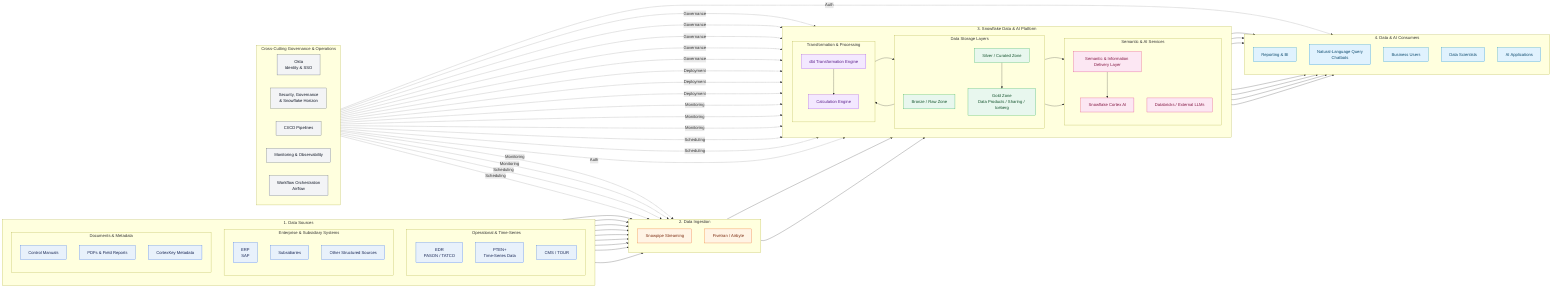
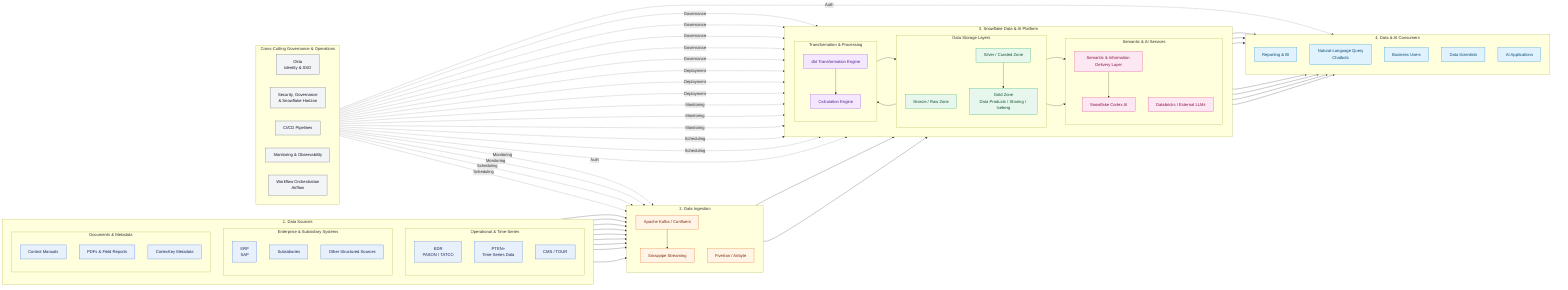
flowchart LR

%% =====================================================
%% DATA SOURCES
%% =====================================================
subgraph SOURCES["1. Data Sources"]
    direction TB

    subgraph OPERATIONAL["Operational & Time-Series"]
        direction TB
        EDR["EDR<br/>PASON / TATCO"]
        PTEN["PTEN+<br/>Time-Series Data"]
        CMS["CMS / TOUR"]
    end

    subgraph ENTERPRISE["Enterprise & Subsidiary Systems"]
        direction TB
        SAP["ERP<br/>SAP"]
        Subs["Subsidiaries"]
        Other["Other Structured Sources"]
    end

    subgraph UNSTRUCTURED["Documents & Metadata"]
        direction TB
        Manuals["Control Manuals"]
        Reports["PDFs & Field Reports"]
        CortexKey["CortexKey Metadata"]
    end
end

%% =====================================================
%% INGESTION
%% =====================================================
subgraph INGEST["2. Data Ingestion"]
    direction TB
+     Kafka["Apache Kafka / Confluent"]
    Snowpipe["Snowpipe Streaming"]
    Fivetran["Fivetran / Airbyte"]
end

%% =====================================================
%% SNOWFLAKE DATA PLATFORM
%% =====================================================
subgraph PLATFORM["3. Snowflake Data & AI Platform"]
    direction LR

    subgraph STORAGE["Data Storage Layers"]
        direction TB
        Bronze["Bronze / Raw Zone"]
        Silver["Silver / Curated Zone"]
        Gold["Gold Zone<br/>Data Products / Sharing / Iceberg"]
    end

    subgraph PROCESSING["Transformation & Processing"]
        direction TB
        dbt["dbt Transformation Engine"]
        Calc["Calculation Engine"]
    end

    subgraph INTELLIGENCE["Semantic & AI Services"]
        direction TB
        Semantic["Semantic & Information Delivery Layer"]
        Cortex["Snowflake Cortex AI"]
        Databricks["Databricks / External LLMs"]
    end
end

%% =====================================================
%% CONSUMPTION
%% =====================================================
subgraph CONSUMERS["4. Data & AI Consumers"]
    direction TB
    BI["Reporting & BI"]
    NLQ["Natural-Language Query<br/>Chatbots"]
    Biz["Business Users"]
    DS["Data Scientists"]
    AIApps["AI Applications"]
end

%% =====================================================
%% GOVERNANCE & OPERATIONS
%% =====================================================
subgraph SUPPORT["Cross-Cutting Governance & Operations"]
    direction LR
    Okta["Okta<br/>Identity & SSO"]
    Horizon["Security, Governance<br/>& Snowflake Horizon"]
    CI["CI/CD Pipelines"]
    Obs["Monitoring & Observability"]
    Orch["Workflow Orchestration<br/>Airflow"]
end

%% =====================================================
%% SOURCE-TO-INGESTION FLOWS
%% =====================================================
- EDR --> Snowpipe
- PTEN --> Snowpipe
+ EDR --> Kafka
+ PTEN --> Kafka
+ Kafka --> Snowpipe
CMS --> Fivetran

SAP --> Fivetran
Subs --> Fivetran
Other --> Fivetran

Manuals --> Snowpipe
Reports --> Snowpipe
CortexKey --> Fivetran

%% =====================================================
%% DATA PROCESSING FLOWS
%% =====================================================
Snowpipe --> Bronze
Fivetran --> Bronze

Bronze --> dbt
dbt --> Calc
Calc --> Silver

Silver --> Gold
Silver --> Semantic

%% =====================================================
%% AI & ANALYTICS FLOWS
%% =====================================================
Gold --> Databricks
Semantic --> Cortex

Semantic --> BI
Semantic --> NLQ
Semantic --> Biz

Gold --> DS
Databricks --> DS
Cortex --> AIApps
Gold --> AIApps

%% =====================================================
%% GOVERNANCE & OPERATIONS CONNECTIONS
%% =====================================================
Okta -. Auth .-> PLATFORM
Okta -. Auth .-> CONSUMERS
Horizon -. Governance .-> Bronze
Horizon -. Governance .-> Silver
Horizon -. Governance .-> Gold
Horizon -. Governance .-> Semantic
Horizon -. Governance .-> Cortex

CI -. Deployment .-> dbt
CI -. Deployment .-> Calc
CI -. Deployment .-> Cortex

Obs -. Monitoring .-> Snowpipe
Obs -. Monitoring .-> Fivetran
Obs -. Monitoring .-> Bronze
Obs -. Monitoring .-> Silver
Obs -. Monitoring .-> Gold

Orch -. Scheduling .-> Snowpipe
Orch -. Scheduling .-> Fivetran
Orch -. Scheduling .-> dbt
Orch -. Scheduling .-> Calc

%% =====================================================
%% STYLING
%% =====================================================
classDef source fill:#E8F1FB,stroke:#2563EB,stroke-width:1px,color:#172554
classDef ingest fill:#FFF4E5,stroke:#EA580C,stroke-width:1px,color:#7C2D12
classDef storage fill:#E8F7EE,stroke:#16A34A,stroke-width:1px,color:#14532D
classDef processing fill:#F3E8FF,stroke:#9333EA,stroke-width:1px,color:#581C87
classDef intelligence fill:#FCE7F3,stroke:#DB2777,stroke-width:1px,color:#831843
classDef consumer fill:#E0F2FE,stroke:#0284C7,stroke-width:1px,color:#0C4A6E
classDef support fill:#F3F4F6,stroke:#4B5563,stroke-width:1px,color:#111827

class EDR,PTEN,CMS,SAP,Subs,Other,Manuals,Reports,CortexKey source
- class Snowpipe,Fivetran ingest
+ class Kafka,Snowpipe,Fivetran ingest
class Bronze,Silver,Gold storage
class dbt,Calc processing
class Semantic,Cortex,Databricks intelligence
class BI,NLQ,Biz,DS,AIApps consumer
class Horizon,CI,Obs,Orch,Okta support
